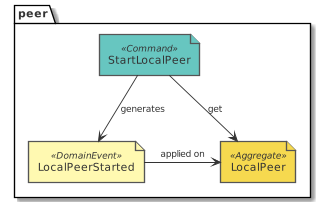
The PlantUML diagram paper/design_peer_eventstorming_start_local_peer.png in tmorin/dorders, before a commit.
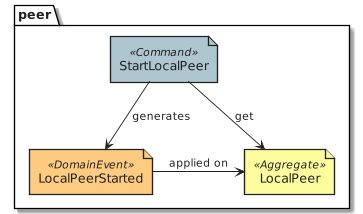
Later version of the same file.

Diff of the diagram source:
```diff
@@ -1,10 +1,9 @@
 @startuml design_peer_eventstorming_start_local_peer
-!include common.puml
-!include ../.gdiag/plantuml-libs/eventstorming/eventstorming-all.puml
+!include common.eventstorming.puml
 package peer {
-  command('StartLocalPeer')
-  domain_event('LocalPeerStarted')
-  aggregate('LocalPeer')
+  Command('StartLocalPeer')
+  DomainEvent('LocalPeerStarted')
+  Aggregate('LocalPeer')
 }
 StartLocalPeer --> LocalPeerStarted : generates
 StartLocalPeer --> LocalPeer : get
```
